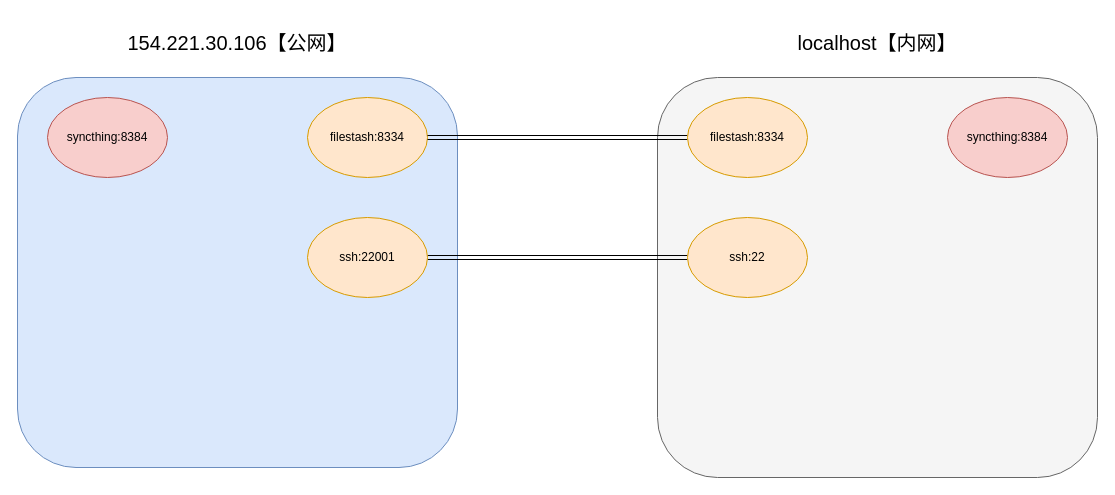
Before: me/anything.drawio in LanSeTianYe/draw, a draw.io diagram. Source tidied: cells renumbered, new cells numbered last; positions are measured from the earlier drawing's top-left corner, leaving out a move shared by most shapes. Both pictures are drawn from the tidied source at 100%, with x=0, y=0 at pixel (17, 17).
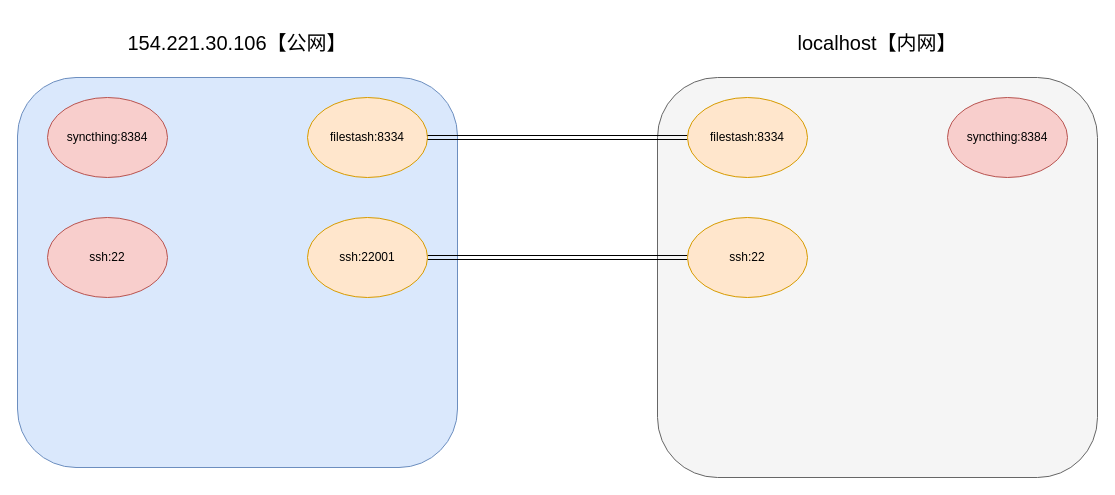
The same diagram, later.

The edit, as a diff of the source:
```diff
@@
 <mxGraphModel>
   <root>
     <mxCell id="0" />
     <mxCell id="1" parent="0" />
     <mxCell id="2" style="rounded=1;whiteSpace=wrap;html=1;fontSize=18;verticalAlign=top;fillColor=#dae8fc;strokeColor=#6c8ebf;" parent="1" vertex="1">
       <mxGeometry y="60" width="440" height="390" as="geometry" />
     </mxCell>
     <mxCell id="3" value="154.221.30.106【公网】" style="text;html=1;align=center;verticalAlign=middle;whiteSpace=wrap;rounded=0;fontSize=20;" parent="1" vertex="1">
       <mxGeometry width="440" height="50" as="geometry" />
     </mxCell>
     <mxCell id="4" style="edgeStyle=orthogonalEdgeStyle;rounded=0;orthogonalLoop=1;jettySize=auto;html=1;exitX=0.5;exitY=1;exitDx=0;exitDy=0;" parent="1" edge="1" source="3" target="3">
       <mxGeometry relative="1" as="geometry" />
     </mxCell>
     <mxCell id="5" style="rounded=1;whiteSpace=wrap;html=1;fontSize=18;verticalAlign=top;fillColor=#f5f5f5;strokeColor=#666666;fontColor=#333333;" parent="1" vertex="1">
       <mxGeometry x="640" y="60" width="440" height="400" as="geometry" />
     </mxCell>
     <mxCell id="6" value="localhost【内网】" style="text;html=1;align=center;verticalAlign=middle;whiteSpace=wrap;rounded=0;fontSize=20;" parent="1" vertex="1">
       <mxGeometry x="640" width="440" height="50" as="geometry" />
     </mxCell>
     <mxCell id="7" style="edgeStyle=orthogonalEdgeStyle;rounded=0;orthogonalLoop=1;jettySize=auto;html=1;exitX=0.5;exitY=1;exitDx=0;exitDy=0;" parent="1" edge="1" source="6" target="6">
       <mxGeometry relative="1" as="geometry" />
     </mxCell>
     <mxCell id="8" value="filestash:8334" style="ellipse;whiteSpace=wrap;html=1;fillColor=#ffe6cc;strokeColor=#d79b00;" parent="1" vertex="1">
       <mxGeometry x="290" y="80" width="120" height="80" as="geometry" />
     </mxCell>
     <mxCell id="9" style="edgeStyle=orthogonalEdgeStyle;rounded=0;jettySize=auto;html=1;exitX=1;exitY=0.5;exitDx=0;exitDy=0;shape=link;" parent="1" edge="1" source="8" target="11">
       <mxGeometry relative="1" as="geometry" />
     </mxCell>
     <mxCell id="10" value="&lt;div&gt;&lt;br&gt;&lt;/div&gt;&lt;div&gt;&lt;br&gt;&lt;/div&gt;" style="edgeLabel;html=1;align=center;verticalAlign=middle;" parent="9" vertex="1">
       <mxGeometry x="0.01" y="4" relative="1" as="geometry" />
     </mxCell>
     <mxCell id="11" value="filestash:8334" style="ellipse;whiteSpace=wrap;html=1;fillColor=#ffe6cc;strokeColor=#d79b00;" parent="1" vertex="1">
       <mxGeometry x="670" y="80" width="120" height="80" as="geometry" />
     </mxCell>
     <mxCell id="12" style="edgeStyle=orthogonalEdgeStyle;rounded=0;jettySize=auto;html=1;exitX=1;exitY=0.5;exitDx=0;exitDy=0;shape=link;" parent="1" edge="1" source="13" target="14">
       <mxGeometry relative="1" as="geometry" />
     </mxCell>
     <mxCell id="13" value="ssh:22001" style="ellipse;whiteSpace=wrap;html=1;fillColor=#ffe6cc;strokeColor=#d79b00;" parent="1" vertex="1">
       <mxGeometry x="290" y="200" width="120" height="80" as="geometry" />
     </mxCell>
     <mxCell id="14" value="ssh:22" style="ellipse;whiteSpace=wrap;html=1;fillColor=#ffe6cc;strokeColor=#d79b00;" parent="1" vertex="1">
       <mxGeometry x="670" y="200" width="120" height="80" as="geometry" />
     </mxCell>
     <mxCell id="15" value="syncthing:8384" style="ellipse;whiteSpace=wrap;html=1;fillColor=#f8cecc;strokeColor=#b85450;" parent="1" vertex="1">
       <mxGeometry x="930" y="80" width="120" height="80" as="geometry" />
     </mxCell>
     <mxCell id="16" value="syncthing:8384" style="ellipse;whiteSpace=wrap;html=1;fillColor=#f8cecc;strokeColor=#b85450;" parent="1" vertex="1">
       <mxGeometry x="30" y="80" width="120" height="80" as="geometry" />
     </mxCell>
+    <mxCell id="17" value="ssh:22" style="ellipse;whiteSpace=wrap;html=1;fillColor=#f8cecc;strokeColor=#b85450;" parent="1" vertex="1">
+      <mxGeometry x="30" y="200" width="120" height="80" as="geometry" />
+    </mxCell>
   </root>
 </mxGraphModel>
```
